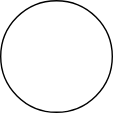
Above: aa.drawio.svg in geeklove/b (draw.io), before the change. Source tidied: cells renumbered, new cells last; positions are measured from the earlier drawing's top-left corner, leaving out a move shared by most shapes. Source of this version:
```xml
<mxGraphModel>
  <root>
    <mxCell id="0" />
    <mxCell id="1" parent="0" />
    <mxCell id="2" style="ellipse;whiteSpace=wrap;html=1;" parent="1" vertex="1">
      <mxGeometry width="80" height="80" as="geometry" />
    </mxCell>
  </root>
</mxGraphModel>
```
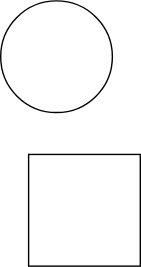
Above is the later version.

Change to the diagram source:
```diff
@@ -5,5 +5,8 @@
     <mxCell id="2" style="ellipse;whiteSpace=wrap;html=1;" parent="1" vertex="1">
       <mxGeometry width="80" height="80" as="geometry" />
     </mxCell>
+    <mxCell id="3" style="whiteSpace=wrap;html=1;" parent="1" vertex="1">
+      <mxGeometry x="20" y="110" width="80" height="80" as="geometry" />
+    </mxCell>
   </root>
 </mxGraphModel>
```
